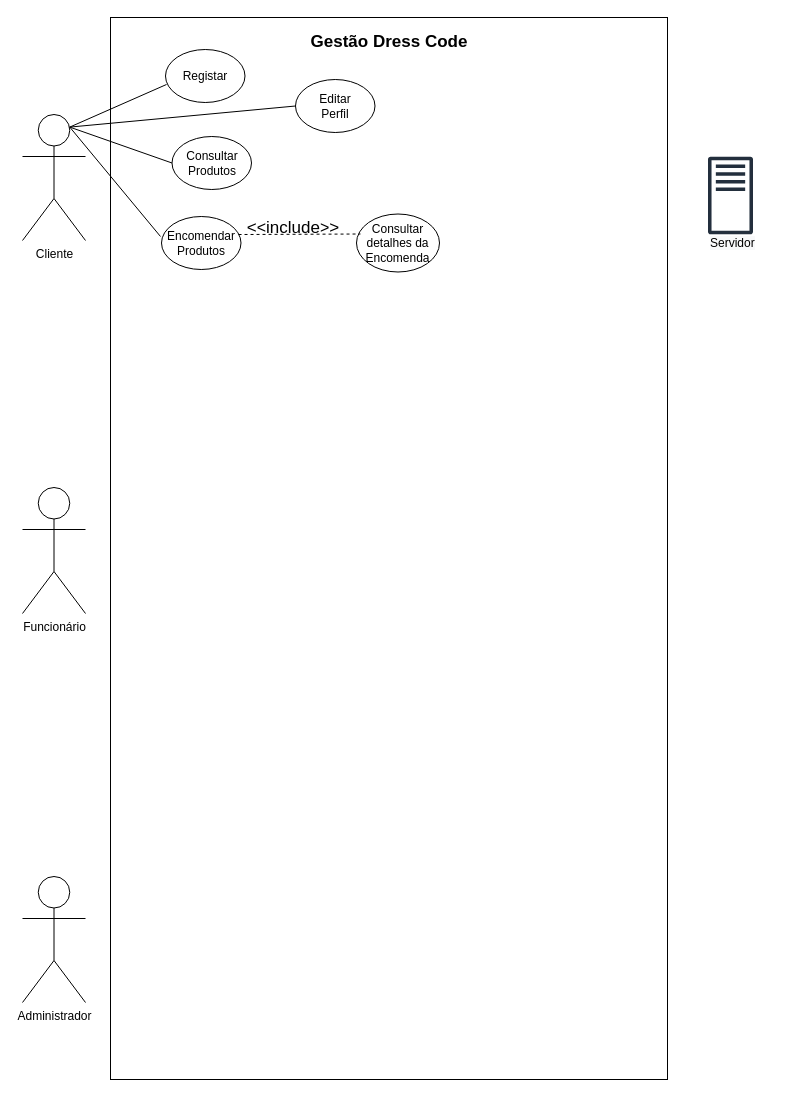
Above: Casos de Uso.drawio in JoshuaJones27/FetchCode (draw.io), before the change. Source tidied: cells renumbered, new cells numbered last; positions are measured from the earlier drawing's top-left corner, leaving out a move shared by most shapes. Both pictures are drawn from the tidied source at 100%, with x=0, y=0 at pixel (22, 17).
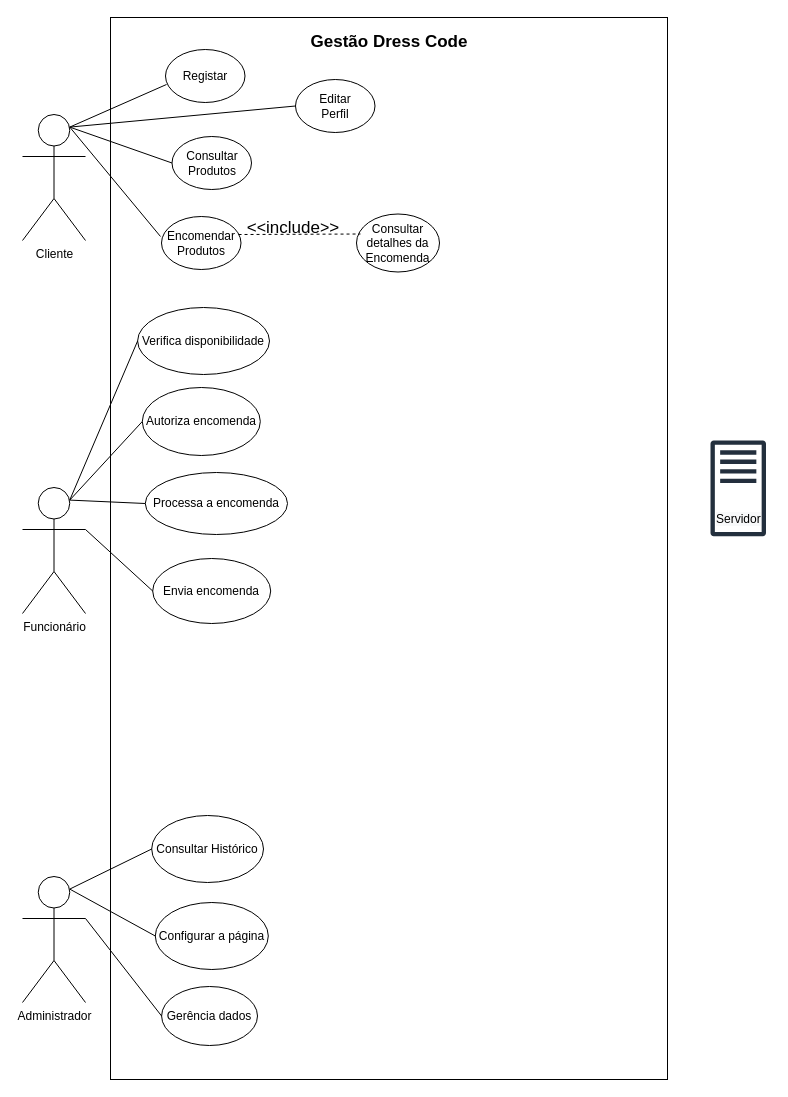
The same diagram, later.

The change refers to these unchanged cells:
```xml
<mxCell id="3" value="Funcionário&lt;br&gt;" style="shape=umlActor;verticalLabelPosition=bottom;verticalAlign=top;html=1;outlineConnect=0;" parent="1" vertex="1">
  <mxGeometry y="470" width="63" height="126" as="geometry" />
</mxCell>
<mxCell id="5" value="Administrador&lt;br&gt;" style="shape=umlActor;verticalLabelPosition=bottom;verticalAlign=top;html=1;outlineConnect=0;" parent="1" vertex="1">
  <mxGeometry y="859" width="63" height="126" as="geometry" />
</mxCell>
```

Change to the diagram source:
```diff
@@
     <mxCell id="18" value="&lt;span style=&quot;color: rgb(0 , 0 , 0) ; font-family: &amp;#34;helvetica&amp;#34; ; font-size: 12px ; font-style: normal ; font-weight: 400 ; letter-spacing: normal ; text-align: center ; text-indent: 0px ; text-transform: none ; word-spacing: 0px ; background-color: rgb(248 , 249 , 250) ; display: inline ; float: none&quot;&gt;Servidor&lt;/span&gt;" style="text;whiteSpace=wrap;html=1;fontSize=16;" parent="1" vertex="1">
-      <mxGeometry x="685.5" y="208" width="57" height="35" as="geometry" />
+      <mxGeometry x="691.5" y="484" width="57" height="35" as="geometry" />
     </mxCell>
     <mxCell id="19" style="sketch=0;fontColor=#232F3E;gradientColor=none;fillColor=#232F3D;strokeColor=none;dashed=0;verticalLabelPosition=bottom;verticalAlign=top;align=center;html=1;fontSize=12;fontStyle=0;shape=mxgraph.aws4.traditional_server;" parent="1" vertex="1">
-      <mxGeometry x="685.5" y="139" width="45" height="78" as="geometry" />
+      <mxGeometry x="688" y="422.8" width="55.5" height="96.2" as="geometry" />
     </mxCell>
+    <mxCell id="20" value="Consultar Histórico" style="ellipse;whiteSpace=wrap;html=1;" parent="1" vertex="1">
+      <mxGeometry x="129.2" y="798" width="111.8" height="67" as="geometry" />
+    </mxCell>
+    <mxCell id="21" style="endArrow=none;html=1;exitX=0.75;exitY=0.1;exitDx=0;exitDy=0;exitPerimeter=0;entryX=0;entryY=0.5;entryDx=0;entryDy=0;" parent="1" edge="1" source="5" target="20">
+      <mxGeometry relative="1" as="geometry" />
+    </mxCell>
+    <mxCell id="22" value="Configurar a página" style="ellipse;whiteSpace=wrap;html=1;" parent="1" vertex="1">
+      <mxGeometry x="132.8" y="885" width="113" height="67" as="geometry" />
+    </mxCell>
+    <mxCell id="23" style="endArrow=none;html=1;exitX=0.75;exitY=0.1;exitDx=0;exitDy=0;exitPerimeter=0;entryX=0;entryY=0.5;entryDx=0;entryDy=0;" parent="1" edge="1" source="5" target="22">
+      <mxGeometry relative="1" as="geometry" />
+    </mxCell>
+    <mxCell id="24" value="Gerência dados" style="ellipse;whiteSpace=wrap;html=1;" parent="1" vertex="1">
+      <mxGeometry x="139.1" y="969" width="95.9" height="59" as="geometry" />
+    </mxCell>
+    <mxCell id="25" value="Verifica disponibilidade" style="ellipse;whiteSpace=wrap;html=1;" parent="1" vertex="1">
+      <mxGeometry x="115.1" y="290" width="131.9" height="67" as="geometry" />
+    </mxCell>
+    <mxCell id="26" style="endArrow=none;html=1;exitX=0.75;exitY=0.1;exitDx=0;exitDy=0;exitPerimeter=0;entryX=0;entryY=0.5;entryDx=0;entryDy=0;" parent="1" edge="1" source="3" target="25">
+      <mxGeometry relative="1" as="geometry" />
+    </mxCell>
+    <mxCell id="27" style="endArrow=none;html=1;exitX=1;exitY=0.3333333333333333;exitDx=0;exitDy=0;exitPerimeter=0;entryX=0;entryY=0.5;entryDx=0;entryDy=0;" parent="1" edge="1" source="5" target="24">
+      <mxGeometry relative="1" as="geometry" />
+    </mxCell>
+    <mxCell id="28" value="Autoriza encomenda" style="ellipse;whiteSpace=wrap;html=1;" parent="1" vertex="1">
+      <mxGeometry x="119.8" y="370" width="118" height="68" as="geometry" />
+    </mxCell>
+    <mxCell id="29" style="endArrow=none;html=1;exitX=0.75;exitY=0.1;exitDx=0;exitDy=0;exitPerimeter=0;entryX=0;entryY=0.5;entryDx=0;entryDy=0;" parent="1" edge="1" source="3" target="28">
+      <mxGeometry relative="1" as="geometry" />
+    </mxCell>
+    <mxCell id="30" value="Processa a encomenda" style="ellipse;whiteSpace=wrap;html=1;" parent="1" vertex="1">
+      <mxGeometry x="122.8" y="455" width="142.2" height="62" as="geometry" />
+    </mxCell>
+    <mxCell id="31" style="endArrow=none;html=1;exitX=0.75;exitY=0.1;exitDx=0;exitDy=0;exitPerimeter=0;entryX=0;entryY=0.5;entryDx=0;entryDy=0;" parent="1" edge="1" source="3" target="30">
+      <mxGeometry relative="1" as="geometry" />
+    </mxCell>
+    <mxCell id="32" value="Envia encomenda" style="ellipse;whiteSpace=wrap;html=1;" parent="1" vertex="1">
+      <mxGeometry x="130.2" y="541" width="118" height="65" as="geometry" />
+    </mxCell>
+    <mxCell id="33" style="endArrow=none;html=1;exitX=1;exitY=0.3333333333333333;exitDx=0;exitDy=0;exitPerimeter=0;entryX=0;entryY=0.5;entryDx=0;entryDy=0;" parent="1" edge="1" source="3" target="32">
+      <mxGeometry relative="1" as="geometry" />
+    </mxCell>
```
